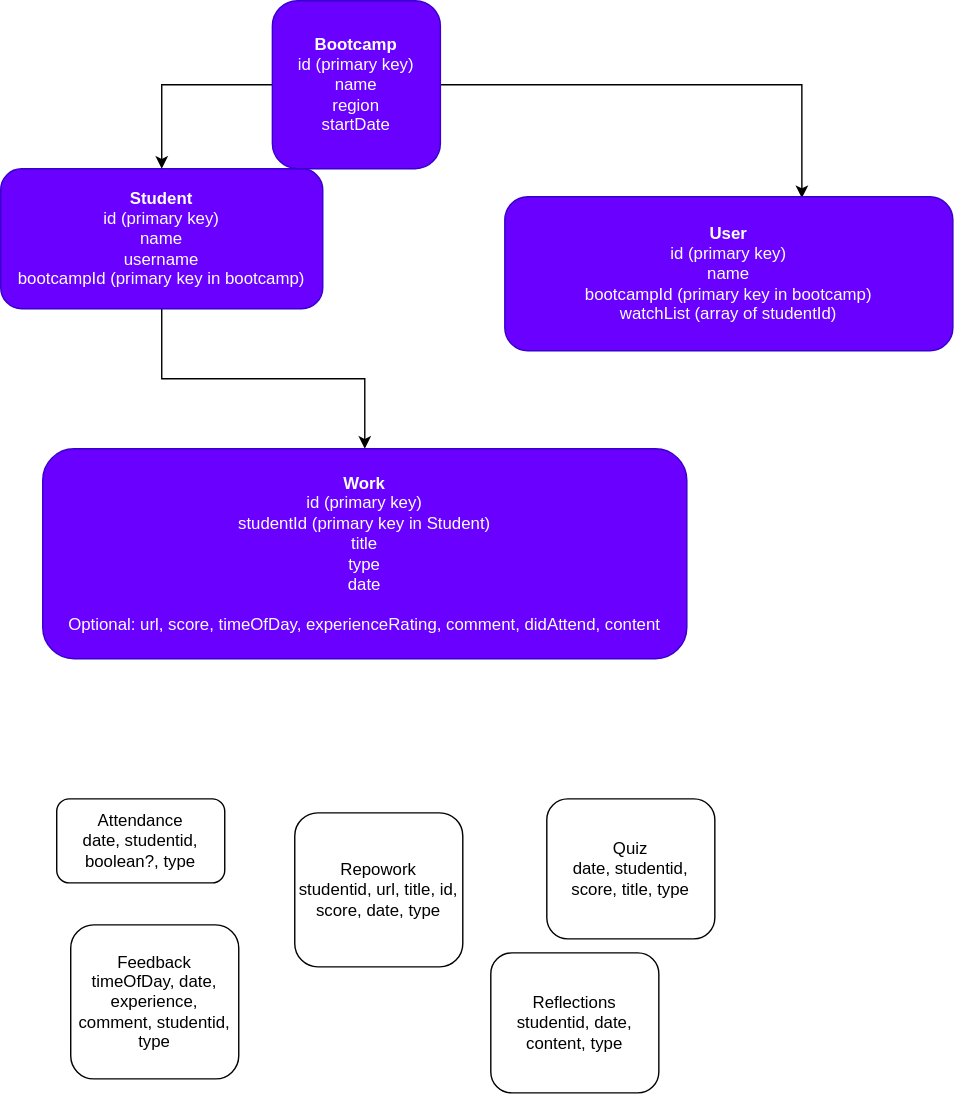
Before: dataArchitecture.drawio.svg, a diagram exported from draw.io (SchoolOfCode/phantom-elephants-backend). Source tidied: cells renumbered, new cells last; positions are measured from the earlier drawing's top-left corner, leaving out a move shared by most shapes.
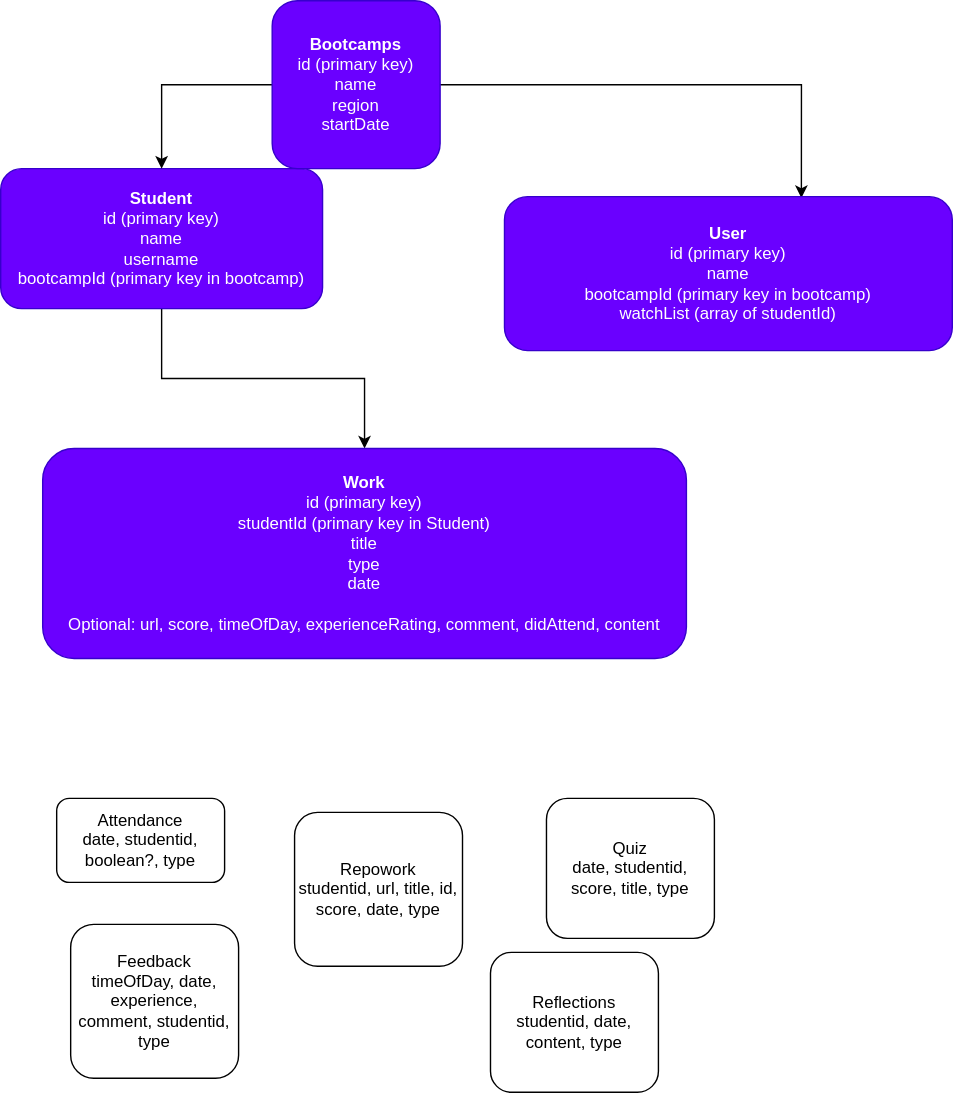
The same diagram one commit later.

Change to the diagram source:
```diff
@@ -14,7 +14,7 @@
     <mxCell id="5" style="edgeStyle=orthogonalEdgeStyle;rounded=0;jettySize=auto;html=1;exitX=1;exitY=0.5;exitDx=0;exitDy=0;entryX=0.663;entryY=0.009;entryDx=0;entryDy=0;entryPerimeter=0;" parent="1" edge="1" source="6" target="13">
       <mxGeometry relative="1" as="geometry" />
     </mxCell>
-    <mxCell id="6" value="&lt;b&gt;Bootcamp&lt;br&gt;&lt;/b&gt;id (primary key)&lt;br&gt;name&lt;br&gt;region&lt;br&gt;startDate" style="rounded=1;whiteSpace=wrap;html=1;fillColor=#6a00ff;strokeColor=#3700CC;fontColor=#ffffff;" parent="1" vertex="1">
+    <mxCell id="6" value="&lt;b&gt;Bootcamps&lt;br&gt;&lt;/b&gt;id (primary key)&lt;br&gt;name&lt;br&gt;region&lt;br&gt;startDate" style="rounded=1;whiteSpace=wrap;html=1;fillColor=#6a00ff;strokeColor=#3700CC;fontColor=#ffffff;" parent="1" vertex="1">
       <mxGeometry x="194" width="120" height="120" as="geometry" />
     </mxCell>
     <mxCell id="7" value="Repowork&lt;br&gt;studentid, url, title, id, score, date, type" style="rounded=1;whiteSpace=wrap;html=1;" parent="1" vertex="1">
```
